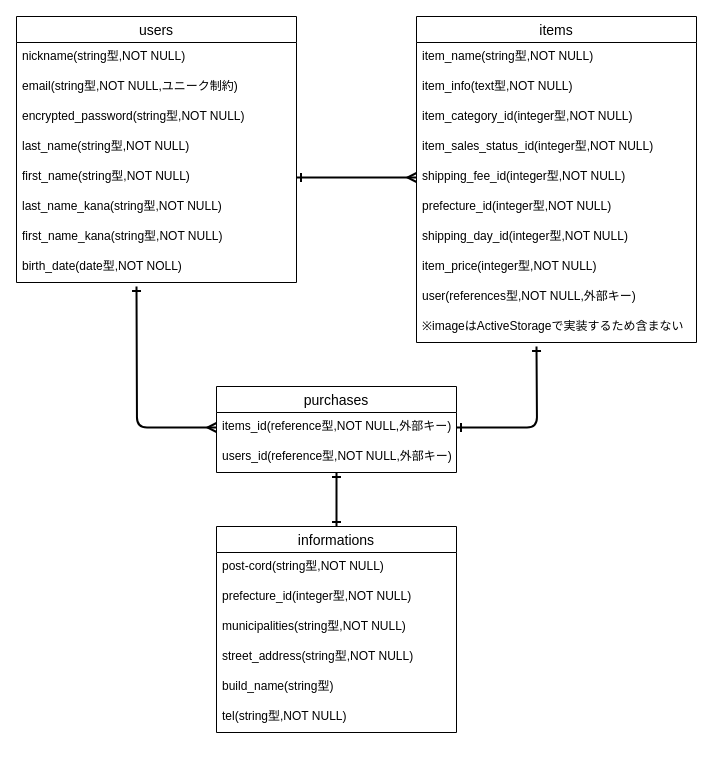
This is ER.dio from shinya0117/furima-39325, a draw.io file, before an edit. Source tidied: cells renumbered, new cells numbered last; positions are measured from the earlier drawing's top-left corner, leaving out a move shared by most shapes. Both pictures are drawn from the tidied source at 100%, with x=0, y=0 at pixel (16, 16).
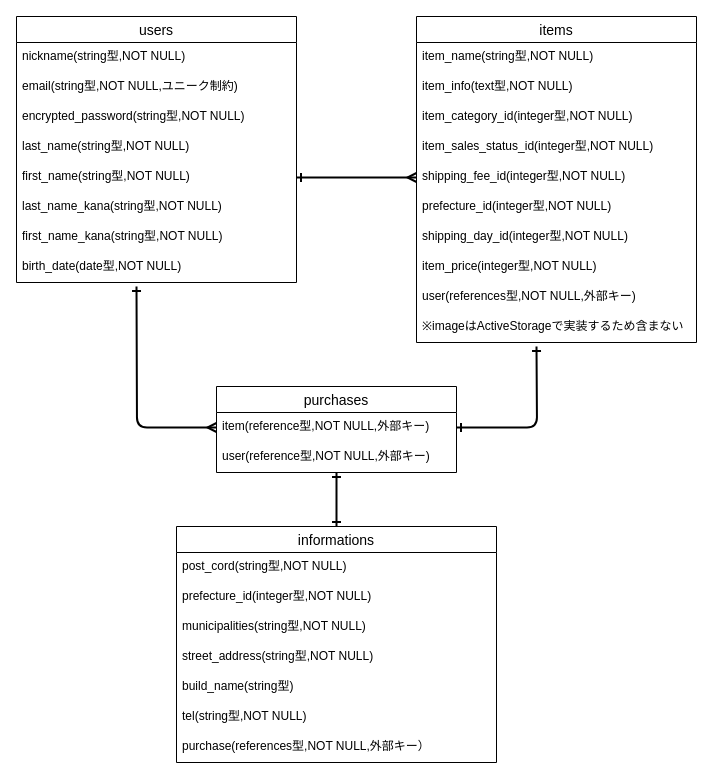
After the change.

Unchanged cells that the change refers to:
```xml
<mxCell id="2" value="users" style="swimlane;fontStyle=0;horizontal=1;startSize=26;align=center;fontSize=14;" parent="1" vertex="1">
  <mxGeometry width="280" height="266" as="geometry" />
</mxCell>
<mxCell id="22" value="purchases" style="swimlane;fontStyle=0;horizontal=1;startSize=26;align=center;fontSize=14;" parent="1" vertex="1">
  <mxGeometry x="200" y="370" width="240" height="86" as="geometry" />
</mxCell>
```

What changed in the source:
```diff
@@
-    <mxCell id="10" value="birth_date(date型,NOT NOLL)" style="text;strokeColor=none;fillColor=none;spacingLeft=4;spacingRight=4;overflow=hidden;fontSize=12;" parent="2" vertex="1">
+    <mxCell id="10" value="birth_date(date型,NOT NULL)" style="text;strokeColor=none;fillColor=none;spacingLeft=4;spacingRight=4;overflow=hidden;fontSize=12;" parent="2" vertex="1">
       <mxGeometry y="236" width="280" height="30" as="geometry" />
     </mxCell>
@@
-    <mxCell id="23" value="items_id(reference型,NOT NULL,外部キー)" style="text;strokeColor=none;fillColor=none;spacingLeft=4;spacingRight=4;overflow=hidden;points=[[0,0.5],[1,0.5]];portConstraint=eastwest;fontSize=12;" parent="22" vertex="1">
+    <mxCell id="23" value="item(reference型,NOT NULL,外部キー)" style="text;strokeColor=none;fillColor=none;spacingLeft=4;spacingRight=4;overflow=hidden;points=[[0,0.5],[1,0.5]];portConstraint=eastwest;fontSize=12;" parent="22" vertex="1">
       <mxGeometry y="26" width="240" height="30" as="geometry" />
     </mxCell>
-    <mxCell id="24" value="users_id(reference型,NOT NULL,外部キー)" style="text;strokeColor=none;fillColor=none;spacingLeft=4;spacingRight=4;overflow=hidden;points=[[0,0.5],[1,0.5]];portConstraint=eastwest;fontSize=12;" parent="22" vertex="1">
+    <mxCell id="24" value="user(reference型,NOT NULL,外部キー)" style="text;strokeColor=none;fillColor=none;spacingLeft=4;spacingRight=4;overflow=hidden;points=[[0,0.5],[1,0.5]];portConstraint=eastwest;fontSize=12;" parent="22" vertex="1">
       <mxGeometry y="56" width="240" height="30" as="geometry" />
     </mxCell>
@@
     <mxCell id="26" value="informations" style="swimlane;fontStyle=0;horizontal=1;startSize=26;align=center;fontSize=14;" parent="1" vertex="1">
-      <mxGeometry x="200" y="510" width="240" height="206" as="geometry" />
+      <mxGeometry x="160" y="510" width="320" height="236" as="geometry" />
     </mxCell>
-    <mxCell id="27" value="post-cord(string型,NOT NULL)" style="text;strokeColor=none;fillColor=none;spacingLeft=4;spacingRight=4;overflow=hidden;fontSize=12;" parent="26" vertex="1">
-      <mxGeometry y="26" width="240" height="30" as="geometry" />
+    <mxCell id="27" value="post_cord(string型,NOT NULL)" style="text;strokeColor=none;fillColor=none;spacingLeft=4;spacingRight=4;overflow=hidden;fontSize=12;" parent="26" vertex="1">
+      <mxGeometry y="26" width="320" height="30" as="geometry" />
     </mxCell>
     <mxCell id="28" value="prefecture_id(integer型,NOT NULL)" style="text;strokeColor=none;fillColor=none;spacingLeft=4;spacingRight=4;overflow=hidden;fontSize=12;" parent="26" vertex="1">
-      <mxGeometry y="56" width="240" height="30" as="geometry" />
+      <mxGeometry y="56" width="320" height="30" as="geometry" />
     </mxCell>
     <mxCell id="29" value="municipalities(string型,NOT NULL)" style="text;strokeColor=none;fillColor=none;spacingLeft=4;spacingRight=4;overflow=hidden;fontSize=12;" parent="26" vertex="1">
-      <mxGeometry y="86" width="240" height="30" as="geometry" />
+      <mxGeometry y="86" width="320" height="30" as="geometry" />
     </mxCell>
     <mxCell id="30" value="street_address(string型,NOT NULL)" style="text;strokeColor=none;fillColor=none;spacingLeft=4;spacingRight=4;overflow=hidden;fontSize=12;" parent="26" vertex="1">
-      <mxGeometry y="116" width="240" height="30" as="geometry" />
+      <mxGeometry y="116" width="320" height="30" as="geometry" />
     </mxCell>
     <mxCell id="31" value="build_name(string型)" style="text;strokeColor=none;fillColor=none;spacingLeft=4;spacingRight=4;overflow=hidden;fontSize=12;" parent="26" vertex="1">
-      <mxGeometry y="146" width="240" height="30" as="geometry" />
+      <mxGeometry y="146" width="320" height="30" as="geometry" />
     </mxCell>
     <mxCell id="32" value="tel(string型,NOT NULL)" style="text;strokeColor=none;fillColor=none;spacingLeft=4;spacingRight=4;overflow=hidden;fontSize=12;" parent="26" vertex="1">
-      <mxGeometry y="176" width="240" height="30" as="geometry" />
+      <mxGeometry y="176" width="320" height="30" as="geometry" />
     </mxCell>
+    <mxCell id="36" value="purchase(references型,NOT NULL,外部キー）" style="text;strokeColor=none;fillColor=none;spacingLeft=4;spacingRight=4;overflow=hidden;fontSize=12;" parent="26" vertex="1">
+      <mxGeometry y="206" width="320" height="30" as="geometry" />
+    </mxCell>
```
